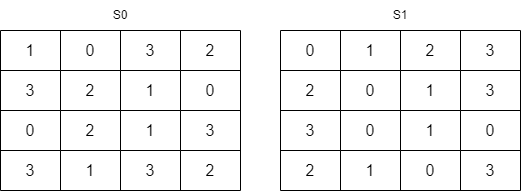
The draw.io diagram public/img/simpleDesPage/sBoxes.png in hejzlzd1/EducrypterUHK, before a commit. Source tidied: cells renumbered, new cells last; positions are measured from the earlier drawing's top-left corner, leaving out a move shared by most shapes.
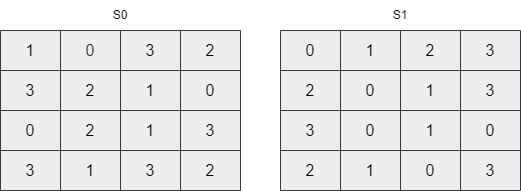
Above is the later version.

Diff of the diagram source:
```diff
@@ -2,136 +2,136 @@
   <root>
     <mxCell id="0" />
     <mxCell id="1" parent="0" />
-    <mxCell id="2" style="shape=table;startSize=0;fontSize=16;" parent="1" vertex="1">
+    <mxCell id="2" style="shape=table;startSize=0;fontSize=16;fillColor=#eeeeee;strokeColor=#36393d;" parent="1" vertex="1">
       <mxGeometry y="30" width="240" height="160" as="geometry" />
     </mxCell>
-    <mxCell id="3" style="shape=tableRow;horizontal=0;startSize=0;swimlaneHead=0;swimlaneBody=0;strokeColor=inherit;top=0;left=0;bottom=0;right=0;fillColor=none;fontSize=16;" parent="2" vertex="1">
+    <mxCell id="3" style="shape=tableRow;horizontal=0;startSize=0;swimlaneHead=0;swimlaneBody=0;strokeColor=inherit;top=0;left=0;bottom=0;right=0;fillColor=none;fontSize=16;fontColor=#000000;" parent="2" vertex="1">
       <mxGeometry width="240" height="40" as="geometry" />
     </mxCell>
-    <mxCell id="4" value="1" style="shape=partialRectangle;html=1;whiteSpace=wrap;strokeColor=inherit;overflow=hidden;fillColor=none;top=0;left=0;bottom=0;right=0;fontSize=16;" parent="3" vertex="1">
+    <mxCell id="4" value="&lt;font color=&quot;#000000&quot;&gt;1&lt;/font&gt;" style="shape=partialRectangle;html=1;whiteSpace=wrap;strokeColor=inherit;overflow=hidden;fillColor=none;top=0;left=0;bottom=0;right=0;fontSize=16;" parent="3" vertex="1">
       <mxGeometry width="60" height="40" as="geometry" />
     </mxCell>
-    <mxCell id="5" value="0" style="shape=partialRectangle;html=1;whiteSpace=wrap;strokeColor=inherit;overflow=hidden;fillColor=none;top=0;left=0;bottom=0;right=0;fontSize=16;" parent="3" vertex="1">
+    <mxCell id="5" value="&lt;font color=&quot;#262626&quot;&gt;0&lt;/font&gt;" style="shape=partialRectangle;html=1;whiteSpace=wrap;strokeColor=inherit;overflow=hidden;fillColor=none;top=0;left=0;bottom=0;right=0;fontSize=16;" parent="3" vertex="1">
       <mxGeometry x="60" width="60" height="40" as="geometry" />
     </mxCell>
-    <mxCell id="6" value="3" style="shape=partialRectangle;html=1;whiteSpace=wrap;strokeColor=inherit;overflow=hidden;fillColor=none;top=0;left=0;bottom=0;right=0;fontSize=16;" parent="3" vertex="1">
+    <mxCell id="6" value="3" style="shape=partialRectangle;html=1;whiteSpace=wrap;strokeColor=inherit;overflow=hidden;fillColor=none;top=0;left=0;bottom=0;right=0;fontSize=16;fontColor=#000000;" parent="3" vertex="1">
       <mxGeometry x="120" width="60" height="40" as="geometry" />
     </mxCell>
-    <mxCell id="7" value="2" style="shape=partialRectangle;html=1;whiteSpace=wrap;strokeColor=inherit;overflow=hidden;fillColor=none;top=0;left=0;bottom=0;right=0;fontSize=16;" parent="3" vertex="1">
+    <mxCell id="7" value="2" style="shape=partialRectangle;html=1;whiteSpace=wrap;strokeColor=inherit;overflow=hidden;fillColor=none;top=0;left=0;bottom=0;right=0;fontSize=16;fontColor=#000000;" parent="3" vertex="1">
       <mxGeometry x="180" width="60" height="40" as="geometry" />
     </mxCell>
     <mxCell id="8" style="shape=tableRow;horizontal=0;startSize=0;swimlaneHead=0;swimlaneBody=0;strokeColor=inherit;top=0;left=0;bottom=0;right=0;fillColor=none;fontSize=16;" parent="2" vertex="1">
       <mxGeometry y="40" width="240" height="40" as="geometry" />
     </mxCell>
-    <mxCell id="9" value="3" style="shape=partialRectangle;html=1;whiteSpace=wrap;strokeColor=inherit;overflow=hidden;fillColor=none;top=0;left=0;bottom=0;right=0;fontSize=16;" parent="8" vertex="1">
+    <mxCell id="9" value="3" style="shape=partialRectangle;html=1;whiteSpace=wrap;strokeColor=inherit;overflow=hidden;fillColor=none;top=0;left=0;bottom=0;right=0;fontSize=16;fontColor=#000000;" parent="8" vertex="1">
       <mxGeometry width="60" height="40" as="geometry" />
     </mxCell>
-    <mxCell id="10" value="2" style="shape=partialRectangle;html=1;whiteSpace=wrap;strokeColor=inherit;overflow=hidden;fillColor=none;top=0;left=0;bottom=0;right=0;fontSize=16;" parent="8" vertex="1">
+    <mxCell id="10" value="2" style="shape=partialRectangle;html=1;whiteSpace=wrap;strokeColor=inherit;overflow=hidden;fillColor=none;top=0;left=0;bottom=0;right=0;fontSize=16;fontColor=#000000;" parent="8" vertex="1">
       <mxGeometry x="60" width="60" height="40" as="geometry" />
     </mxCell>
-    <mxCell id="11" value="1" style="shape=partialRectangle;html=1;whiteSpace=wrap;strokeColor=inherit;overflow=hidden;fillColor=none;top=0;left=0;bottom=0;right=0;fontSize=16;" parent="8" vertex="1">
+    <mxCell id="11" value="1" style="shape=partialRectangle;html=1;whiteSpace=wrap;strokeColor=inherit;overflow=hidden;fillColor=none;top=0;left=0;bottom=0;right=0;fontSize=16;fontColor=#000000;" parent="8" vertex="1">
       <mxGeometry x="120" width="60" height="40" as="geometry" />
     </mxCell>
-    <mxCell id="12" value="0" style="shape=partialRectangle;html=1;whiteSpace=wrap;strokeColor=inherit;overflow=hidden;fillColor=none;top=0;left=0;bottom=0;right=0;fontSize=16;" parent="8" vertex="1">
+    <mxCell id="12" value="0" style="shape=partialRectangle;html=1;whiteSpace=wrap;strokeColor=inherit;overflow=hidden;fillColor=none;top=0;left=0;bottom=0;right=0;fontSize=16;fontColor=#000000;" parent="8" vertex="1">
       <mxGeometry x="180" width="60" height="40" as="geometry" />
     </mxCell>
     <mxCell id="13" style="shape=tableRow;horizontal=0;startSize=0;swimlaneHead=0;swimlaneBody=0;strokeColor=inherit;top=0;left=0;bottom=0;right=0;fillColor=none;fontSize=16;" parent="2" vertex="1">
       <mxGeometry y="80" width="240" height="40" as="geometry" />
     </mxCell>
-    <mxCell id="14" value="0" style="shape=partialRectangle;html=1;whiteSpace=wrap;strokeColor=inherit;overflow=hidden;fillColor=none;top=0;left=0;bottom=0;right=0;fontSize=16;" parent="13" vertex="1">
+    <mxCell id="14" value="0" style="shape=partialRectangle;html=1;whiteSpace=wrap;strokeColor=inherit;overflow=hidden;fillColor=none;top=0;left=0;bottom=0;right=0;fontSize=16;fontColor=#000000;" parent="13" vertex="1">
       <mxGeometry width="60" height="40" as="geometry" />
     </mxCell>
-    <mxCell id="15" value="2" style="shape=partialRectangle;html=1;whiteSpace=wrap;strokeColor=inherit;overflow=hidden;fillColor=none;top=0;left=0;bottom=0;right=0;fontSize=16;" parent="13" vertex="1">
+    <mxCell id="15" value="2" style="shape=partialRectangle;html=1;whiteSpace=wrap;strokeColor=inherit;overflow=hidden;fillColor=none;top=0;left=0;bottom=0;right=0;fontSize=16;fontColor=#000000;" parent="13" vertex="1">
       <mxGeometry x="60" width="60" height="40" as="geometry" />
     </mxCell>
-    <mxCell id="16" value="1" style="shape=partialRectangle;html=1;whiteSpace=wrap;strokeColor=inherit;overflow=hidden;fillColor=none;top=0;left=0;bottom=0;right=0;fontSize=16;" parent="13" vertex="1">
+    <mxCell id="16" value="1" style="shape=partialRectangle;html=1;whiteSpace=wrap;strokeColor=inherit;overflow=hidden;fillColor=none;top=0;left=0;bottom=0;right=0;fontSize=16;fontColor=#000000;" parent="13" vertex="1">
       <mxGeometry x="120" width="60" height="40" as="geometry" />
     </mxCell>
-    <mxCell id="17" value="3" style="shape=partialRectangle;html=1;whiteSpace=wrap;strokeColor=inherit;overflow=hidden;fillColor=none;top=0;left=0;bottom=0;right=0;fontSize=16;" parent="13" vertex="1">
+    <mxCell id="17" value="3" style="shape=partialRectangle;html=1;whiteSpace=wrap;strokeColor=inherit;overflow=hidden;fillColor=none;top=0;left=0;bottom=0;right=0;fontSize=16;fontColor=#000000;" parent="13" vertex="1">
       <mxGeometry x="180" width="60" height="40" as="geometry" />
     </mxCell>
     <mxCell id="18" style="shape=tableRow;horizontal=0;startSize=0;swimlaneHead=0;swimlaneBody=0;strokeColor=inherit;top=0;left=0;bottom=0;right=0;fillColor=none;fontSize=16;" parent="2" vertex="1">
       <mxGeometry y="120" width="240" height="40" as="geometry" />
     </mxCell>
-    <mxCell id="19" value="3" style="shape=partialRectangle;html=1;whiteSpace=wrap;strokeColor=inherit;overflow=hidden;fillColor=none;top=0;left=0;bottom=0;right=0;fontSize=16;" parent="18" vertex="1">
+    <mxCell id="19" value="3" style="shape=partialRectangle;html=1;whiteSpace=wrap;strokeColor=inherit;overflow=hidden;fillColor=none;top=0;left=0;bottom=0;right=0;fontSize=16;fontColor=#000000;" parent="18" vertex="1">
       <mxGeometry width="60" height="40" as="geometry" />
     </mxCell>
-    <mxCell id="20" value="1" style="shape=partialRectangle;html=1;whiteSpace=wrap;strokeColor=inherit;overflow=hidden;fillColor=none;top=0;left=0;bottom=0;right=0;fontSize=16;" parent="18" vertex="1">
+    <mxCell id="20" value="1" style="shape=partialRectangle;html=1;whiteSpace=wrap;strokeColor=inherit;overflow=hidden;fillColor=none;top=0;left=0;bottom=0;right=0;fontSize=16;fontColor=#000000;" parent="18" vertex="1">
       <mxGeometry x="60" width="60" height="40" as="geometry" />
     </mxCell>
-    <mxCell id="21" value="3" style="shape=partialRectangle;html=1;whiteSpace=wrap;strokeColor=inherit;overflow=hidden;fillColor=none;top=0;left=0;bottom=0;right=0;fontSize=16;" parent="18" vertex="1">
+    <mxCell id="21" value="3" style="shape=partialRectangle;html=1;whiteSpace=wrap;strokeColor=inherit;overflow=hidden;fillColor=none;top=0;left=0;bottom=0;right=0;fontSize=16;fontColor=#000000;" parent="18" vertex="1">
       <mxGeometry x="120" width="60" height="40" as="geometry" />
     </mxCell>
-    <mxCell id="22" value="2" style="shape=partialRectangle;html=1;whiteSpace=wrap;strokeColor=inherit;overflow=hidden;fillColor=none;top=0;left=0;bottom=0;right=0;fontSize=16;" parent="18" vertex="1">
+    <mxCell id="22" value="2" style="shape=partialRectangle;html=1;whiteSpace=wrap;strokeColor=inherit;overflow=hidden;fillColor=none;top=0;left=0;bottom=0;right=0;fontSize=16;fontColor=#000000;" parent="18" vertex="1">
       <mxGeometry x="180" width="60" height="40" as="geometry" />
     </mxCell>
-    <mxCell id="23" style="shape=table;startSize=0;fontSize=16;" parent="1" vertex="1">
+    <mxCell id="23" style="shape=table;startSize=0;fontSize=16;fillColor=#eeeeee;strokeColor=#36393d;" parent="1" vertex="1">
       <mxGeometry x="280" y="30" width="240" height="160" as="geometry" />
     </mxCell>
     <mxCell id="24" style="shape=tableRow;horizontal=0;startSize=0;swimlaneHead=0;swimlaneBody=0;strokeColor=inherit;top=0;left=0;bottom=0;right=0;fillColor=none;fontSize=16;" parent="23" vertex="1">
       <mxGeometry width="240" height="40" as="geometry" />
     </mxCell>
-    <mxCell id="25" value="0" style="shape=partialRectangle;html=1;whiteSpace=wrap;strokeColor=inherit;overflow=hidden;fillColor=none;top=0;left=0;bottom=0;right=0;fontSize=16;" parent="24" vertex="1">
+    <mxCell id="25" value="0" style="shape=partialRectangle;html=1;whiteSpace=wrap;strokeColor=inherit;overflow=hidden;fillColor=none;top=0;left=0;bottom=0;right=0;fontSize=16;fontColor=#000000;" parent="24" vertex="1">
       <mxGeometry width="60" height="40" as="geometry" />
     </mxCell>
-    <mxCell id="26" value="1" style="shape=partialRectangle;html=1;whiteSpace=wrap;strokeColor=inherit;overflow=hidden;fillColor=none;top=0;left=0;bottom=0;right=0;fontSize=16;" parent="24" vertex="1">
+    <mxCell id="26" value="1" style="shape=partialRectangle;html=1;whiteSpace=wrap;strokeColor=inherit;overflow=hidden;fillColor=none;top=0;left=0;bottom=0;right=0;fontSize=16;fontColor=#000000;" parent="24" vertex="1">
       <mxGeometry x="60" width="60" height="40" as="geometry" />
     </mxCell>
-    <mxCell id="27" value="2" style="shape=partialRectangle;html=1;whiteSpace=wrap;strokeColor=inherit;overflow=hidden;fillColor=none;top=0;left=0;bottom=0;right=0;fontSize=16;" parent="24" vertex="1">
+    <mxCell id="27" value="2" style="shape=partialRectangle;html=1;whiteSpace=wrap;strokeColor=inherit;overflow=hidden;fillColor=none;top=0;left=0;bottom=0;right=0;fontSize=16;fontColor=#000000;" parent="24" vertex="1">
       <mxGeometry x="120" width="60" height="40" as="geometry" />
     </mxCell>
-    <mxCell id="28" value="3" style="shape=partialRectangle;html=1;whiteSpace=wrap;strokeColor=inherit;overflow=hidden;fillColor=none;top=0;left=0;bottom=0;right=0;fontSize=16;" parent="24" vertex="1">
+    <mxCell id="28" value="3" style="shape=partialRectangle;html=1;whiteSpace=wrap;strokeColor=inherit;overflow=hidden;fillColor=none;top=0;left=0;bottom=0;right=0;fontSize=16;fontColor=#000000;" parent="24" vertex="1">
       <mxGeometry x="180" width="60" height="40" as="geometry" />
     </mxCell>
     <mxCell id="29" style="shape=tableRow;horizontal=0;startSize=0;swimlaneHead=0;swimlaneBody=0;strokeColor=inherit;top=0;left=0;bottom=0;right=0;fillColor=none;fontSize=16;" parent="23" vertex="1">
       <mxGeometry y="40" width="240" height="40" as="geometry" />
     </mxCell>
-    <mxCell id="30" value="2" style="shape=partialRectangle;html=1;whiteSpace=wrap;strokeColor=inherit;overflow=hidden;fillColor=none;top=0;left=0;bottom=0;right=0;fontSize=16;" parent="29" vertex="1">
+    <mxCell id="30" value="2" style="shape=partialRectangle;html=1;whiteSpace=wrap;strokeColor=inherit;overflow=hidden;fillColor=none;top=0;left=0;bottom=0;right=0;fontSize=16;fontColor=#000000;" parent="29" vertex="1">
       <mxGeometry width="60" height="40" as="geometry" />
     </mxCell>
-    <mxCell id="31" value="0" style="shape=partialRectangle;html=1;whiteSpace=wrap;strokeColor=inherit;overflow=hidden;fillColor=none;top=0;left=0;bottom=0;right=0;fontSize=16;" parent="29" vertex="1">
+    <mxCell id="31" value="0" style="shape=partialRectangle;html=1;whiteSpace=wrap;strokeColor=inherit;overflow=hidden;fillColor=none;top=0;left=0;bottom=0;right=0;fontSize=16;fontColor=#000000;" parent="29" vertex="1">
       <mxGeometry x="60" width="60" height="40" as="geometry" />
     </mxCell>
-    <mxCell id="32" value="1" style="shape=partialRectangle;html=1;whiteSpace=wrap;strokeColor=inherit;overflow=hidden;fillColor=none;top=0;left=0;bottom=0;right=0;fontSize=16;" parent="29" vertex="1">
+    <mxCell id="32" value="1" style="shape=partialRectangle;html=1;whiteSpace=wrap;strokeColor=inherit;overflow=hidden;fillColor=none;top=0;left=0;bottom=0;right=0;fontSize=16;fontColor=#000000;" parent="29" vertex="1">
       <mxGeometry x="120" width="60" height="40" as="geometry" />
     </mxCell>
-    <mxCell id="33" value="3" style="shape=partialRectangle;html=1;whiteSpace=wrap;strokeColor=inherit;overflow=hidden;fillColor=none;top=0;left=0;bottom=0;right=0;fontSize=16;" parent="29" vertex="1">
+    <mxCell id="33" value="3" style="shape=partialRectangle;html=1;whiteSpace=wrap;strokeColor=inherit;overflow=hidden;fillColor=none;top=0;left=0;bottom=0;right=0;fontSize=16;fontColor=#000000;" parent="29" vertex="1">
       <mxGeometry x="180" width="60" height="40" as="geometry" />
     </mxCell>
     <mxCell id="34" style="shape=tableRow;horizontal=0;startSize=0;swimlaneHead=0;swimlaneBody=0;strokeColor=inherit;top=0;left=0;bottom=0;right=0;fillColor=none;fontSize=16;" parent="23" vertex="1">
       <mxGeometry y="80" width="240" height="40" as="geometry" />
     </mxCell>
-    <mxCell id="35" value="3" style="shape=partialRectangle;html=1;whiteSpace=wrap;strokeColor=inherit;overflow=hidden;fillColor=none;top=0;left=0;bottom=0;right=0;fontSize=16;" parent="34" vertex="1">
+    <mxCell id="35" value="3" style="shape=partialRectangle;html=1;whiteSpace=wrap;strokeColor=inherit;overflow=hidden;fillColor=none;top=0;left=0;bottom=0;right=0;fontSize=16;fontColor=#000000;" parent="34" vertex="1">
       <mxGeometry width="60" height="40" as="geometry" />
     </mxCell>
-    <mxCell id="36" value="0" style="shape=partialRectangle;html=1;whiteSpace=wrap;strokeColor=inherit;overflow=hidden;fillColor=none;top=0;left=0;bottom=0;right=0;fontSize=16;" parent="34" vertex="1">
+    <mxCell id="36" value="0" style="shape=partialRectangle;html=1;whiteSpace=wrap;strokeColor=inherit;overflow=hidden;fillColor=none;top=0;left=0;bottom=0;right=0;fontSize=16;fontColor=#000000;" parent="34" vertex="1">
       <mxGeometry x="60" width="60" height="40" as="geometry" />
     </mxCell>
-    <mxCell id="37" value="1" style="shape=partialRectangle;html=1;whiteSpace=wrap;strokeColor=inherit;overflow=hidden;fillColor=none;top=0;left=0;bottom=0;right=0;fontSize=16;" parent="34" vertex="1">
+    <mxCell id="37" value="1" style="shape=partialRectangle;html=1;whiteSpace=wrap;strokeColor=inherit;overflow=hidden;fillColor=none;top=0;left=0;bottom=0;right=0;fontSize=16;fontColor=#000000;" parent="34" vertex="1">
       <mxGeometry x="120" width="60" height="40" as="geometry" />
     </mxCell>
-    <mxCell id="38" value="0" style="shape=partialRectangle;html=1;whiteSpace=wrap;strokeColor=inherit;overflow=hidden;fillColor=none;top=0;left=0;bottom=0;right=0;fontSize=16;" parent="34" vertex="1">
+    <mxCell id="38" value="0" style="shape=partialRectangle;html=1;whiteSpace=wrap;strokeColor=inherit;overflow=hidden;fillColor=none;top=0;left=0;bottom=0;right=0;fontSize=16;fontColor=#000000;" parent="34" vertex="1">
       <mxGeometry x="180" width="60" height="40" as="geometry" />
     </mxCell>
     <mxCell id="39" style="shape=tableRow;horizontal=0;startSize=0;swimlaneHead=0;swimlaneBody=0;strokeColor=inherit;top=0;left=0;bottom=0;right=0;fillColor=none;fontSize=16;" parent="23" vertex="1">
       <mxGeometry y="120" width="240" height="40" as="geometry" />
     </mxCell>
-    <mxCell id="40" value="2" style="shape=partialRectangle;html=1;whiteSpace=wrap;strokeColor=inherit;overflow=hidden;fillColor=none;top=0;left=0;bottom=0;right=0;fontSize=16;" parent="39" vertex="1">
+    <mxCell id="40" value="2" style="shape=partialRectangle;html=1;whiteSpace=wrap;strokeColor=inherit;overflow=hidden;fillColor=none;top=0;left=0;bottom=0;right=0;fontSize=16;fontColor=#000000;" parent="39" vertex="1">
       <mxGeometry width="60" height="40" as="geometry" />
     </mxCell>
-    <mxCell id="41" value="1" style="shape=partialRectangle;html=1;whiteSpace=wrap;strokeColor=inherit;overflow=hidden;fillColor=none;top=0;left=0;bottom=0;right=0;fontSize=16;" parent="39" vertex="1">
+    <mxCell id="41" value="1" style="shape=partialRectangle;html=1;whiteSpace=wrap;strokeColor=inherit;overflow=hidden;fillColor=none;top=0;left=0;bottom=0;right=0;fontSize=16;fontColor=#000000;" parent="39" vertex="1">
       <mxGeometry x="60" width="60" height="40" as="geometry" />
     </mxCell>
-    <mxCell id="42" value="0" style="shape=partialRectangle;html=1;whiteSpace=wrap;strokeColor=inherit;overflow=hidden;fillColor=none;top=0;left=0;bottom=0;right=0;fontSize=16;" parent="39" vertex="1">
+    <mxCell id="42" value="0" style="shape=partialRectangle;html=1;whiteSpace=wrap;strokeColor=inherit;overflow=hidden;fillColor=none;top=0;left=0;bottom=0;right=0;fontSize=16;fontColor=#000000;" parent="39" vertex="1">
       <mxGeometry x="120" width="60" height="40" as="geometry" />
     </mxCell>
-    <mxCell id="43" value="3" style="shape=partialRectangle;html=1;whiteSpace=wrap;strokeColor=inherit;overflow=hidden;fillColor=none;top=0;left=0;bottom=0;right=0;fontSize=16;" parent="39" vertex="1">
+    <mxCell id="43" value="3" style="shape=partialRectangle;html=1;whiteSpace=wrap;strokeColor=inherit;overflow=hidden;fillColor=none;top=0;left=0;bottom=0;right=0;fontSize=16;fontColor=#000000;" parent="39" vertex="1">
       <mxGeometry x="180" width="60" height="40" as="geometry" />
     </mxCell>
-    <mxCell id="44" value="S0" style="text;html=1;strokeColor=none;fillColor=none;align=center;verticalAlign=middle;whiteSpace=wrap;rounded=0;" parent="1" vertex="1">
+    <mxCell id="44" value="S0" style="text;html=1;strokeColor=none;fillColor=none;align=center;verticalAlign=middle;whiteSpace=wrap;rounded=0;fontColor=#000000;" parent="1" vertex="1">
       <mxGeometry x="90" width="60" height="30" as="geometry" />
     </mxCell>
-    <mxCell id="45" value="S1" style="text;html=1;strokeColor=none;fillColor=none;align=center;verticalAlign=middle;whiteSpace=wrap;rounded=0;" parent="1" vertex="1">
+    <mxCell id="45" value="S1" style="text;html=1;strokeColor=none;fillColor=none;align=center;verticalAlign=middle;whiteSpace=wrap;rounded=0;fontColor=#000000;" parent="1" vertex="1">
       <mxGeometry x="370" width="60" height="30" as="geometry" />
     </mxCell>
   </root>
```
